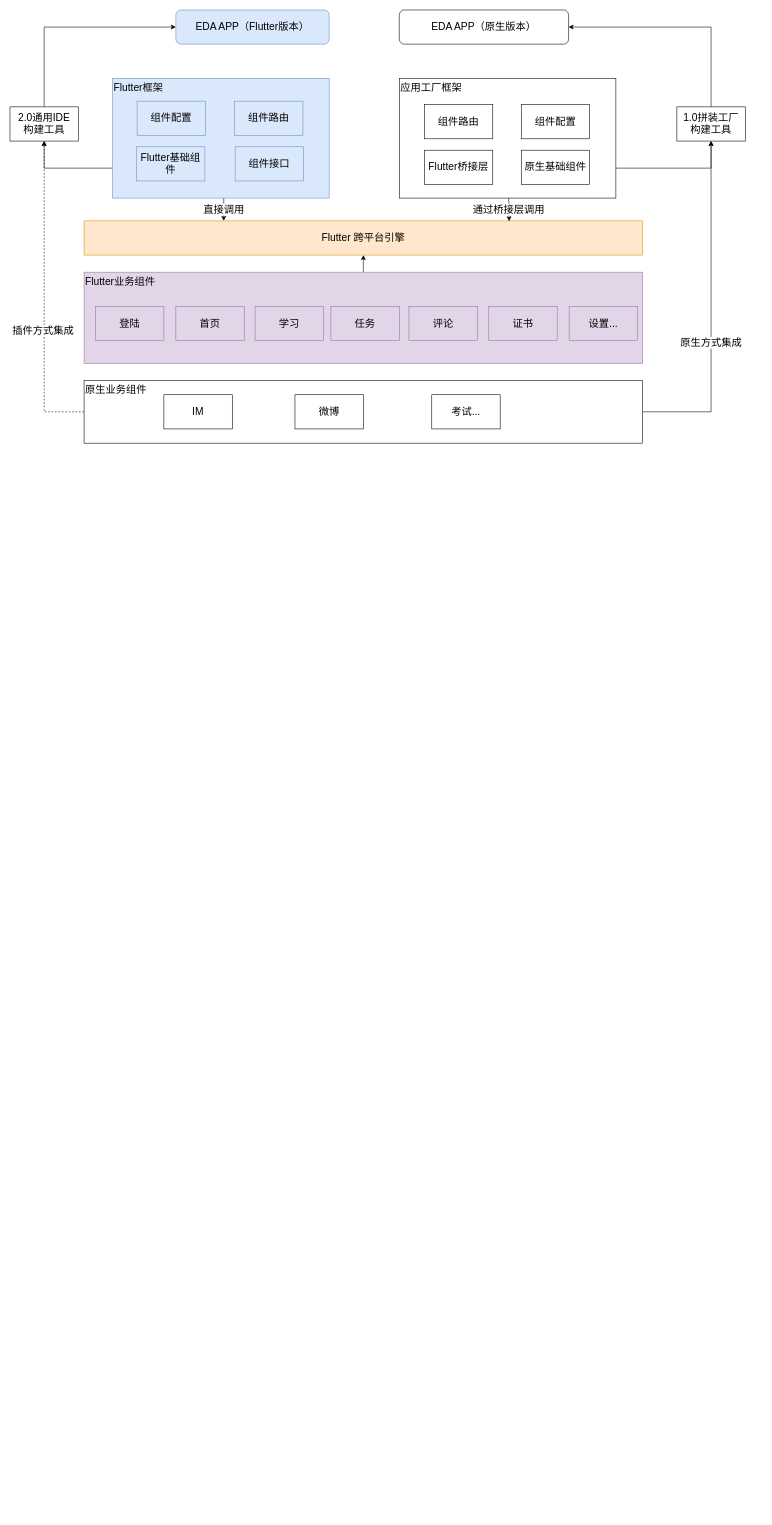
This is page "第 28 页" (28 of 28) of nd-apf.drawio from kwhitestone/drawio, a draw.io file, before an edit. Source tidied: cells renumbered, new cells numbered last; positions are measured from the earlier drawing's top-left corner, leaving out a move shared by most shapes. Both pictures are drawn from the tidied source at 57%, with x=0, y=0 at pixel (10, 10).
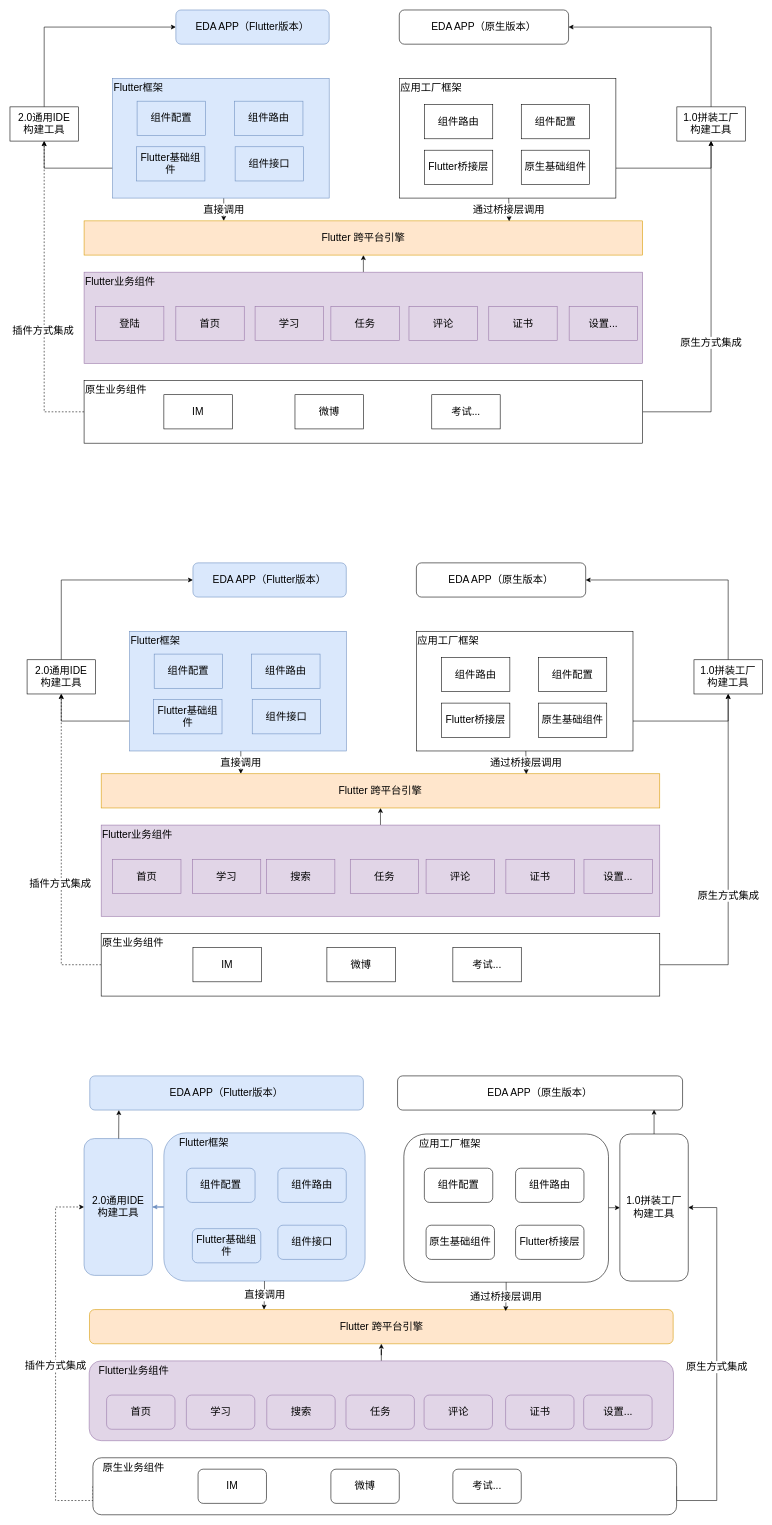
The same page after the edit.

The edit, as a diff of the source:
```diff
@@
+    <mxCell id="39" style="rounded=0;jettySize=auto;html=1;fontSize=18;" parent="1" edge="1" source="40" target="107">
+      <mxGeometry relative="1" as="geometry" />
+    </mxCell>
+    <mxCell id="40" value="&amp;nbsp; &amp;nbsp; &amp;nbsp;应用工厂框架" style="rounded=1;whiteSpace=wrap;html=1;align=left;verticalAlign=top;fontSize=18;" parent="1" vertex="1">
+      <mxGeometry x="691" y="1972" width="359" height="260" as="geometry" />
+    </mxCell>
+    <mxCell id="41" style="edgeStyle=orthogonalEdgeStyle;rounded=0;jettySize=auto;html=1;entryX=1;entryY=0.5;entryDx=0;entryDy=0;fontSize=18;fillColor=#dae8fc;strokeColor=#6c8ebf;" parent="1" edge="1" source="42" target="106">
+      <mxGeometry relative="1" as="geometry" />
+    </mxCell>
+    <mxCell id="42" value="&amp;nbsp; &amp;nbsp; &amp;nbsp;Flutter框架" style="rounded=1;whiteSpace=wrap;html=1;align=left;verticalAlign=top;fontSize=18;fillColor=#dae8fc;strokeColor=#6c8ebf;" parent="1" vertex="1">
+      <mxGeometry x="270" y="1970" width="353" height="260" as="geometry" />
+    </mxCell>
@@
+    <mxCell id="43" style="rounded=0;jettySize=auto;html=1;entryX=0.5;entryY=1;entryDx=0;entryDy=0;shadow=0;fontSize=18;" parent="1" edge="1" target="63">
+      <mxGeometry relative="1" as="geometry">
+        <mxPoint x="650" y="1430" as="sourcePoint" />
+      </mxGeometry>
+    </mxCell>
+    <mxCell id="44" value="Flutter业务组件" style="rounded=0;whiteSpace=wrap;html=1;align=left;fontSize=18;fillColor=#e1d5e7;strokeColor=#9673a6;verticalAlign=top;" parent="1" vertex="1">
+      <mxGeometry x="160" y="1430" width="980" height="160" as="geometry" />
+    </mxCell>
+    <mxCell id="45" value="首页" style="rounded=0;whiteSpace=wrap;html=1;fontSize=18;fillColor=#e1d5e7;strokeColor=#9673a6;" parent="1" vertex="1">
+      <mxGeometry x="180" y="1490" width="120" height="60" as="geometry" />
+    </mxCell>
+    <mxCell id="46" value="评论" style="rounded=0;whiteSpace=wrap;html=1;fontSize=18;fillColor=#e1d5e7;strokeColor=#9673a6;shadow=0;" parent="1" vertex="1">
+      <mxGeometry x="730" y="1490" width="120" height="60" as="geometry" />
+    </mxCell>
+    <mxCell id="47" value="任务" style="rounded=0;whiteSpace=wrap;html=1;fontSize=18;fillColor=#e1d5e7;strokeColor=#9673a6;shadow=0;" parent="1" vertex="1">
+      <mxGeometry x="597" y="1490" width="120" height="60" as="geometry" />
+    </mxCell>
+    <mxCell id="48" value="设置..." style="rounded=0;whiteSpace=wrap;html=1;fontSize=18;fillColor=#e1d5e7;strokeColor=#9673a6;shadow=0;" parent="1" vertex="1">
+      <mxGeometry x="1007" y="1490" width="120" height="60" as="geometry" />
+    </mxCell>
+    <mxCell id="49" value="证书" style="rounded=0;whiteSpace=wrap;html=1;fontSize=18;fillColor=#e1d5e7;strokeColor=#9673a6;shadow=0;" parent="1" vertex="1">
+      <mxGeometry x="870" y="1490" width="120" height="60" as="geometry" />
+    </mxCell>
+    <mxCell id="50" value="直接调用" style="rounded=0;jettySize=auto;html=1;entryX=0.25;entryY=0;entryDx=0;entryDy=0;fontSize=18;shadow=0;" parent="1" edge="1" target="63">
+      <mxGeometry x="0.01" relative="1" as="geometry">
+        <mxPoint x="405" y="1300" as="sourcePoint" />
+      </mxGeometry>
+    </mxCell>
+    <mxCell id="51" style="edgeStyle=orthogonalEdgeStyle;rounded=0;jettySize=auto;html=1;entryX=0.5;entryY=1;entryDx=0;entryDy=0;exitX=0;exitY=0.75;exitDx=0;exitDy=0;fontSize=18;" parent="1" edge="1" source="52" target="68">
+      <mxGeometry relative="1" as="geometry" />
+    </mxCell>
+    <mxCell id="52" value="Flutter框架" style="rounded=0;whiteSpace=wrap;html=1;align=left;verticalAlign=top;fontSize=18;fillColor=#dae8fc;strokeColor=#6c8ebf;shadow=0;" parent="1" vertex="1">
+      <mxGeometry x="210" y="1090" width="380" height="210" as="geometry" />
+    </mxCell>
+    <mxCell id="53" value="组件路由" style="rounded=0;whiteSpace=wrap;html=1;fontSize=18;fillColor=#dae8fc;strokeColor=#6c8ebf;shadow=0;" parent="1" vertex="1">
+      <mxGeometry x="424" y="1130" width="120" height="60" as="geometry" />
+    </mxCell>
+    <mxCell id="54" value="Flutter基础组件" style="rounded=0;whiteSpace=wrap;html=1;fontSize=18;fillColor=#dae8fc;strokeColor=#6c8ebf;shadow=0;" parent="1" vertex="1">
+      <mxGeometry x="252" y="1210" width="120" height="60" as="geometry" />
+    </mxCell>
+    <mxCell id="55" value="组件配置" style="rounded=0;whiteSpace=wrap;html=1;fontSize=18;fillColor=#dae8fc;strokeColor=#6c8ebf;shadow=0;" parent="1" vertex="1">
+      <mxGeometry x="253" y="1130" width="120" height="60" as="geometry" />
+    </mxCell>
+    <mxCell id="56" value="组件接口" style="rounded=0;whiteSpace=wrap;html=1;fontSize=18;fillColor=#dae8fc;strokeColor=#6c8ebf;shadow=0;" parent="1" vertex="1">
+      <mxGeometry x="425" y="1210" width="120" height="60" as="geometry" />
+    </mxCell>
+    <mxCell id="57" style="edgeStyle=orthogonalEdgeStyle;rounded=0;jettySize=auto;html=1;entryX=0.5;entryY=1;entryDx=0;entryDy=0;exitX=1;exitY=0.75;exitDx=0;exitDy=0;fontSize=18;" parent="1" edge="1" source="58" target="66">
+      <mxGeometry relative="1" as="geometry" />
+    </mxCell>
+    <mxCell id="58" value="应用工厂框架" style="rounded=0;whiteSpace=wrap;html=1;align=left;verticalAlign=top;fontSize=18;shadow=0;" parent="1" vertex="1">
+      <mxGeometry x="713" y="1090" width="380" height="210" as="geometry" />
+    </mxCell>
+    <mxCell id="59" value="组件路由" style="rounded=0;whiteSpace=wrap;html=1;fontSize=18;shadow=0;" parent="1" vertex="1">
+      <mxGeometry x="757" y="1136" width="120" height="60" as="geometry" />
+    </mxCell>
+    <mxCell id="60" value="Flutter桥接层" style="rounded=0;whiteSpace=wrap;html=1;fontSize=18;shadow=0;" parent="1" vertex="1">
+      <mxGeometry x="757" y="1216" width="120" height="60" as="geometry" />
+    </mxCell>
+    <mxCell id="61" value="组件配置" style="rounded=0;whiteSpace=wrap;html=1;fontSize=18;shadow=0;" parent="1" vertex="1">
+      <mxGeometry x="927" y="1136" width="120" height="60" as="geometry" />
+    </mxCell>
+    <mxCell id="62" value="原生基础组件" style="rounded=0;whiteSpace=wrap;html=1;fontSize=18;shadow=0;" parent="1" vertex="1">
+      <mxGeometry x="927" y="1216" width="120" height="60" as="geometry" />
+    </mxCell>
+    <mxCell id="63" value="Flutter 跨平台引擎" style="rounded=0;whiteSpace=wrap;html=1;fontSize=18;fillColor=#ffe6cc;strokeColor=#d79b00;" parent="1" vertex="1">
+      <mxGeometry x="160" y="1340" width="980" height="60" as="geometry" />
+    </mxCell>
+    <mxCell id="64" value="通过桥接层调用" style="rounded=0;jettySize=auto;html=1;entryX=0.761;entryY=0.011;entryDx=0;entryDy=0;fontSize=18;entryPerimeter=0;shadow=0;" parent="1" edge="1" source="58" target="63">
+      <mxGeometry relative="1" as="geometry" />
+    </mxCell>
+    <mxCell id="65" style="edgeStyle=orthogonalEdgeStyle;rounded=0;jettySize=auto;html=1;entryX=1;entryY=0.5;entryDx=0;entryDy=0;exitX=0.5;exitY=0;exitDx=0;exitDy=0;fontSize=18;" parent="1" edge="1" source="66" target="78">
+      <mxGeometry relative="1" as="geometry" />
+    </mxCell>
+    <mxCell id="66" value="1.0拼装工厂&lt;br style=&quot;font-size: 18px;&quot;&gt;构建工具" style="rounded=0;whiteSpace=wrap;html=1;fontSize=18;" parent="1" vertex="1">
+      <mxGeometry x="1200" y="1140" width="120" height="60" as="geometry" />
+    </mxCell>
+    <mxCell id="67" style="edgeStyle=orthogonalEdgeStyle;rounded=0;jettySize=auto;html=1;entryX=0;entryY=0.5;entryDx=0;entryDy=0;exitX=0.5;exitY=0;exitDx=0;exitDy=0;fontSize=18;" parent="1" edge="1" source="68" target="76">
+      <mxGeometry relative="1" as="geometry" />
+    </mxCell>
+    <mxCell id="68" value="2.0通用IDE&lt;br style=&quot;font-size: 18px;&quot;&gt;构建工具" style="rounded=0;whiteSpace=wrap;html=1;fontSize=18;" parent="1" vertex="1">
+      <mxGeometry x="30" y="1140" width="120" height="60" as="geometry" />
+    </mxCell>
+    <mxCell id="69" style="edgeStyle=orthogonalEdgeStyle;rounded=0;jettySize=auto;html=1;entryX=0.5;entryY=1;entryDx=0;entryDy=0;dashed=1;fontSize=18;" parent="1" edge="1" source="72" target="68">
+      <mxGeometry relative="1" as="geometry" />
+    </mxCell>
+    <mxCell id="70" value="插件方式集成" style="edgeLabel;html=1;align=center;verticalAlign=middle;fontSize=18;" parent="69" vertex="1">
+      <mxGeometry x="-0.22" y="3" relative="1" as="geometry" />
+    </mxCell>
+    <mxCell id="71" value="原生方式集成" style="edgeStyle=orthogonalEdgeStyle;rounded=0;jettySize=auto;html=1;entryX=0.5;entryY=1;entryDx=0;entryDy=0;fontSize=18;exitX=1;exitY=0.5;exitDx=0;exitDy=0;" parent="1" edge="1" source="72" target="66">
+      <mxGeometry x="-0.19" relative="1" as="geometry" />
+    </mxCell>
+    <mxCell id="72" value="原生业务组件" style="rounded=0;whiteSpace=wrap;html=1;align=left;fontSize=18;verticalAlign=top;" parent="1" vertex="1">
+      <mxGeometry x="160" y="1620" width="980" height="110" as="geometry" />
+    </mxCell>
+    <mxCell id="73" value="IM" style="rounded=0;whiteSpace=wrap;html=1;fontSize=18;" parent="1" vertex="1">
+      <mxGeometry x="321" y="1645" width="120" height="60" as="geometry" />
+    </mxCell>
+    <mxCell id="74" value="微博" style="rounded=0;whiteSpace=wrap;html=1;fontSize=18;" parent="1" vertex="1">
+      <mxGeometry x="556" y="1645" width="120" height="60" as="geometry" />
+    </mxCell>
+    <mxCell id="75" value="考试..." style="rounded=0;whiteSpace=wrap;html=1;fontSize=18;" parent="1" vertex="1">
+      <mxGeometry x="777" y="1645" width="120" height="60" as="geometry" />
+    </mxCell>
+    <mxCell id="76" value="EDA APP（Flutter版本）" style="rounded=1;whiteSpace=wrap;html=1;fontSize=18;fillColor=#dae8fc;strokeColor=#6c8ebf;" parent="1" vertex="1">
+      <mxGeometry x="321" y="970" width="269" height="60" as="geometry" />
+    </mxCell>
+    <mxCell id="77" value="学习" style="rounded=0;whiteSpace=wrap;html=1;fontSize=18;fillColor=#e1d5e7;strokeColor=#9673a6;" parent="1" vertex="1">
+      <mxGeometry x="320" y="1490" width="120" height="60" as="geometry" />
+    </mxCell>
+    <mxCell id="78" value="EDA APP（原生版本）" style="rounded=1;whiteSpace=wrap;html=1;fontSize=18;" parent="1" vertex="1">
+      <mxGeometry x="713" y="970" width="297" height="60" as="geometry" />
+    </mxCell>
+    <mxCell id="79" value="组件配置" style="rounded=1;whiteSpace=wrap;html=1;fontSize=18;fillColor=#dae8fc;strokeColor=#6c8ebf;" parent="1" vertex="1">
+      <mxGeometry x="310" y="2032" width="120" height="60" as="geometry" />
+    </mxCell>
+    <mxCell id="80" value="组件路由" style="rounded=1;whiteSpace=wrap;html=1;fontSize=18;fillColor=#dae8fc;strokeColor=#6c8ebf;" parent="1" vertex="1">
+      <mxGeometry x="470" y="2032" width="120" height="60" as="geometry" />
+    </mxCell>
+    <mxCell id="81" value="Flutter基础组件" style="rounded=1;whiteSpace=wrap;html=1;fontSize=18;fillColor=#dae8fc;strokeColor=#6c8ebf;" parent="1" vertex="1">
+      <mxGeometry x="320" y="2138" width="120" height="60" as="geometry" />
+    </mxCell>
+    <mxCell id="82" value="组件接口" style="rounded=1;whiteSpace=wrap;html=1;fontSize=18;fillColor=#dae8fc;strokeColor=#6c8ebf;" parent="1" vertex="1">
+      <mxGeometry x="470" y="2132" width="120" height="60" as="geometry" />
+    </mxCell>
+    <mxCell id="83" value="组件配置" style="rounded=1;whiteSpace=wrap;html=1;fontSize=18;" parent="1" vertex="1">
+      <mxGeometry x="727" y="2032" width="120" height="60" as="geometry" />
+    </mxCell>
+    <mxCell id="84" value="组件路由" style="rounded=1;whiteSpace=wrap;html=1;fontSize=18;" parent="1" vertex="1">
+      <mxGeometry x="887" y="2032" width="120" height="60" as="geometry" />
+    </mxCell>
+    <mxCell id="85" value="原生基础组件" style="rounded=1;whiteSpace=wrap;html=1;fontSize=18;" parent="1" vertex="1">
+      <mxGeometry x="730" y="2132" width="120" height="60" as="geometry" />
+    </mxCell>
+    <mxCell id="86" value="Flutter桥接层" style="rounded=1;whiteSpace=wrap;html=1;fontSize=18;" parent="1" vertex="1">
+      <mxGeometry x="887" y="2132" width="120" height="60" as="geometry" />
+    </mxCell>
+    <mxCell id="87" value="搜索" style="rounded=0;whiteSpace=wrap;html=1;fontSize=18;fillColor=#e1d5e7;strokeColor=#9673a6;shadow=0;" parent="1" vertex="1">
+      <mxGeometry x="450" y="1490" width="120" height="60" as="geometry" />
+    </mxCell>
+    <mxCell id="88" value="Flutter 跨平台引擎" style="rounded=1;whiteSpace=wrap;html=1;fontSize=18;fillColor=#ffe6cc;strokeColor=#d79b00;" parent="1" vertex="1">
+      <mxGeometry x="139.5" y="2280" width="1024" height="60" as="geometry" />
+    </mxCell>
+    <mxCell id="89" style="edgeStyle=orthogonalEdgeStyle;rounded=0;jettySize=auto;html=1;entryX=0.5;entryY=1;entryDx=0;entryDy=0;fontSize=18;" parent="1" edge="1" source="90" target="88">
+      <mxGeometry relative="1" as="geometry" />
+    </mxCell>
+    <mxCell id="90" value="&amp;nbsp; &amp;nbsp;Flutter业务组件" style="rounded=1;whiteSpace=wrap;html=1;fontSize=18;align=left;verticalAlign=top;fillColor=#e1d5e7;strokeColor=#9673a6;" parent="1" vertex="1">
+      <mxGeometry x="139" y="2370" width="1025" height="140" as="geometry" />
+    </mxCell>
+    <mxCell id="91" value="原生方式集成" style="edgeStyle=orthogonalEdgeStyle;rounded=0;jettySize=auto;html=1;entryX=1;entryY=0.5;entryDx=0;entryDy=0;exitX=1;exitY=0.5;exitDx=0;exitDy=0;fontSize=18;" parent="1" edge="1" source="93" target="107">
+      <mxGeometry relative="1" as="geometry">
+        <Array as="points">
+          <mxPoint x="1240" y="2615" />
+          <mxPoint x="1240" y="2101" />
+        </Array>
+      </mxGeometry>
+    </mxCell>
+    <mxCell id="92" value="插件方式集成" style="edgeStyle=orthogonalEdgeStyle;rounded=0;jettySize=auto;html=1;entryX=0;entryY=0.5;entryDx=0;entryDy=0;exitX=0;exitY=0.5;exitDx=0;exitDy=0;fontSize=18;dashed=1;" parent="1" edge="1" source="93" target="106">
+      <mxGeometry relative="1" as="geometry">
+        <Array as="points">
+          <mxPoint x="80" y="2615" />
+          <mxPoint x="80" y="2100" />
+        </Array>
+      </mxGeometry>
+    </mxCell>
+    <mxCell id="93" value="&amp;nbsp; &amp;nbsp;原生业务组件" style="rounded=1;whiteSpace=wrap;html=1;fontSize=18;align=left;verticalAlign=top;" parent="1" vertex="1">
+      <mxGeometry x="145.5" y="2540" width="1024" height="100" as="geometry" />
+    </mxCell>
+    <mxCell id="94" value="首页" style="rounded=1;whiteSpace=wrap;html=1;fontSize=18;fillColor=#e1d5e7;strokeColor=#9673a6;" parent="1" vertex="1">
+      <mxGeometry x="169.5" y="2430" width="120" height="60" as="geometry" />
+    </mxCell>
+    <mxCell id="95" value="学习" style="rounded=1;whiteSpace=wrap;html=1;fontSize=18;fillColor=#e1d5e7;strokeColor=#9673a6;" parent="1" vertex="1">
+      <mxGeometry x="309.5" y="2430" width="120" height="60" as="geometry" />
+    </mxCell>
+    <mxCell id="96" value="搜索" style="rounded=1;whiteSpace=wrap;html=1;fontSize=18;fillColor=#e1d5e7;strokeColor=#9673a6;" parent="1" vertex="1">
+      <mxGeometry x="450.5" y="2430" width="120" height="60" as="geometry" />
+    </mxCell>
+    <mxCell id="97" value="任务" style="rounded=1;whiteSpace=wrap;html=1;fontSize=18;fillColor=#e1d5e7;strokeColor=#9673a6;" parent="1" vertex="1">
+      <mxGeometry x="589.5" y="2430" width="120" height="60" as="geometry" />
+    </mxCell>
+    <mxCell id="98" value="评论" style="rounded=1;whiteSpace=wrap;html=1;fontSize=18;fillColor=#e1d5e7;strokeColor=#9673a6;" parent="1" vertex="1">
+      <mxGeometry x="726.5" y="2430" width="120" height="60" as="geometry" />
+    </mxCell>
+    <mxCell id="99" value="证书" style="rounded=1;whiteSpace=wrap;html=1;fontSize=18;fillColor=#e1d5e7;strokeColor=#9673a6;" parent="1" vertex="1">
+      <mxGeometry x="869.5" y="2430" width="120" height="60" as="geometry" />
+    </mxCell>
+    <mxCell id="100" value="设置..." style="rounded=1;whiteSpace=wrap;html=1;fontSize=18;fillColor=#e1d5e7;strokeColor=#9673a6;" parent="1" vertex="1">
+      <mxGeometry x="1006.5" y="2430" width="120" height="60" as="geometry" />
+    </mxCell>
+    <mxCell id="101" value="IM" style="rounded=1;whiteSpace=wrap;html=1;fontSize=18;" parent="1" vertex="1">
+      <mxGeometry x="330" y="2560" width="120" height="60" as="geometry" />
+    </mxCell>
+    <mxCell id="102" value="微博" style="rounded=1;whiteSpace=wrap;html=1;fontSize=18;" parent="1" vertex="1">
+      <mxGeometry x="563" y="2560" width="120" height="60" as="geometry" />
+    </mxCell>
+    <mxCell id="103" value="考试..." style="rounded=1;whiteSpace=wrap;html=1;fontSize=18;" parent="1" vertex="1">
+      <mxGeometry x="777" y="2560" width="120" height="60" as="geometry" />
+    </mxCell>
+    <mxCell id="104" value="EDA APP（Flutter版本）" style="rounded=1;whiteSpace=wrap;html=1;fontSize=18;fillColor=#dae8fc;strokeColor=#6c8ebf;" parent="1" vertex="1">
+      <mxGeometry x="140" y="1870" width="480" height="60" as="geometry" />
+    </mxCell>
+    <mxCell id="105" value="EDA APP（原生版本）" style="rounded=1;whiteSpace=wrap;html=1;fontSize=18;" parent="1" vertex="1">
+      <mxGeometry x="680" y="1870" width="500" height="60" as="geometry" />
+    </mxCell>
+    <mxCell id="106" value="2.0通用IDE&lt;br style=&quot;border-color: var(--border-color); font-size: 18px;&quot;&gt;&lt;span style=&quot;font-size: 18px;&quot;&gt;构建工具&lt;/span&gt;" style="rounded=1;whiteSpace=wrap;html=1;fontSize=18;fillColor=#dae8fc;strokeColor=#6c8ebf;" parent="1" vertex="1">
+      <mxGeometry x="130" y="1980" width="120" height="240" as="geometry" />
+    </mxCell>
+    <mxCell id="107" value="1.0拼装工厂&lt;br style=&quot;border-color: var(--border-color); font-size: 18px;&quot;&gt;&lt;span style=&quot;font-size: 18px;&quot;&gt;构建工具&lt;/span&gt;" style="rounded=1;whiteSpace=wrap;html=1;fontSize=18;" parent="1" vertex="1">
+      <mxGeometry x="1070" y="1972" width="120" height="258" as="geometry" />
+    </mxCell>
+    <mxCell id="108" value="直接调用" style="edgeStyle=orthogonalEdgeStyle;rounded=0;jettySize=auto;html=1;entryX=0.299;entryY=0;entryDx=0;entryDy=0;entryPerimeter=0;fontSize=18;" parent="1" edge="1" source="42" target="88">
+      <mxGeometry relative="1" as="geometry" />
+    </mxCell>
+    <mxCell id="109" value="通过桥接层调用" style="edgeStyle=orthogonalEdgeStyle;rounded=0;jettySize=auto;html=1;entryX=0.713;entryY=0.044;entryDx=0;entryDy=0;entryPerimeter=0;fontSize=18;" parent="1" edge="1" source="40" target="88">
+      <mxGeometry relative="1" as="geometry" />
+    </mxCell>
+    <mxCell id="110" style="rounded=0;jettySize=auto;html=1;fontSize=18;" parent="1" edge="1" source="106">
+      <mxGeometry relative="1" as="geometry">
+        <mxPoint x="191" y="1930" as="targetPoint" />
+      </mxGeometry>
+    </mxCell>
+    <mxCell id="111" style="edgeStyle=orthogonalEdgeStyle;rounded=0;jettySize=auto;html=1;entryX=0.9;entryY=0.989;entryDx=0;entryDy=0;entryPerimeter=0;fontSize=18;" parent="1" edge="1" source="107" target="105">
+      <mxGeometry relative="1" as="geometry" />
+    </mxCell>
```
